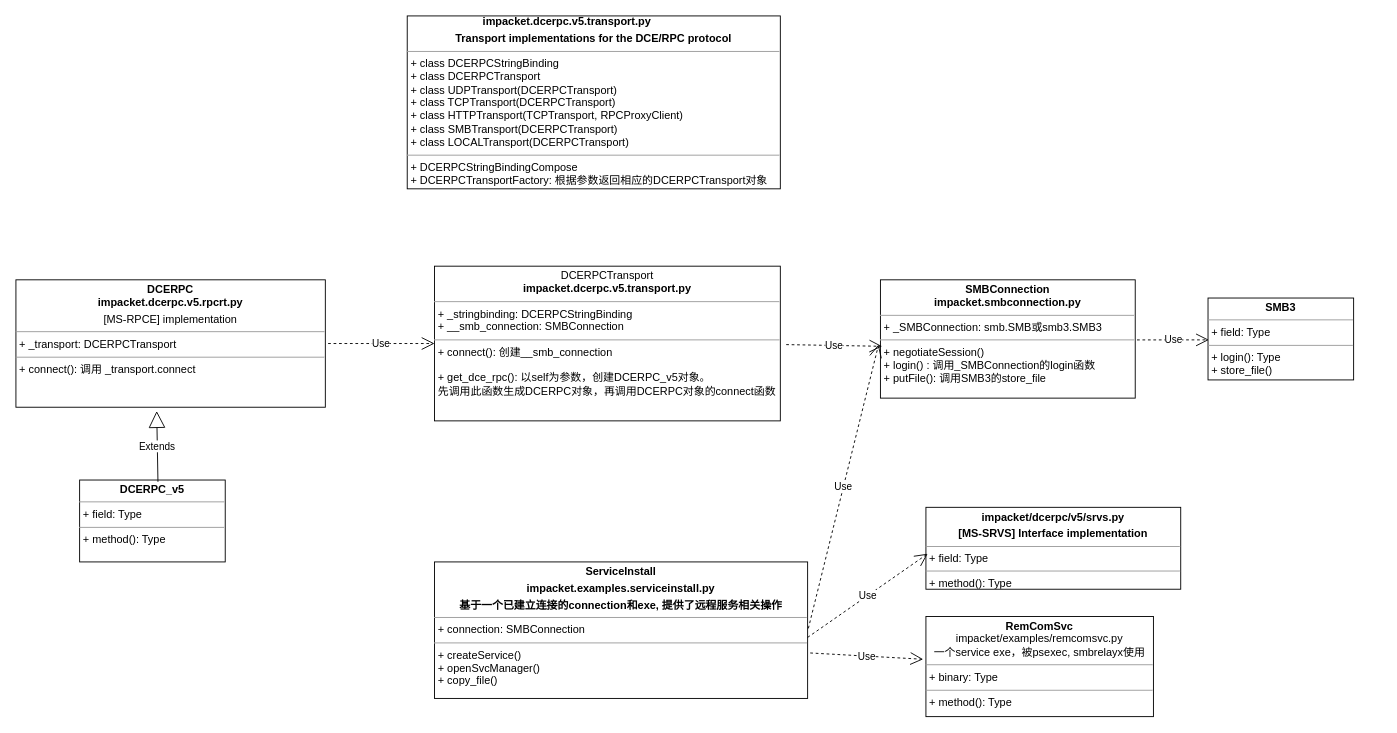
The draw.io diagram Untitled Diagram.drawio in RingLcy/BlogStorage, before the edit. Source tidied: cells renumbered, new cells numbered last; positions are measured from the earlier drawing's top-left corner, leaving out a move shared by most shapes. Both pictures are drawn from the tidied source at 91%, with x=0, y=0 at pixel (15, 15).
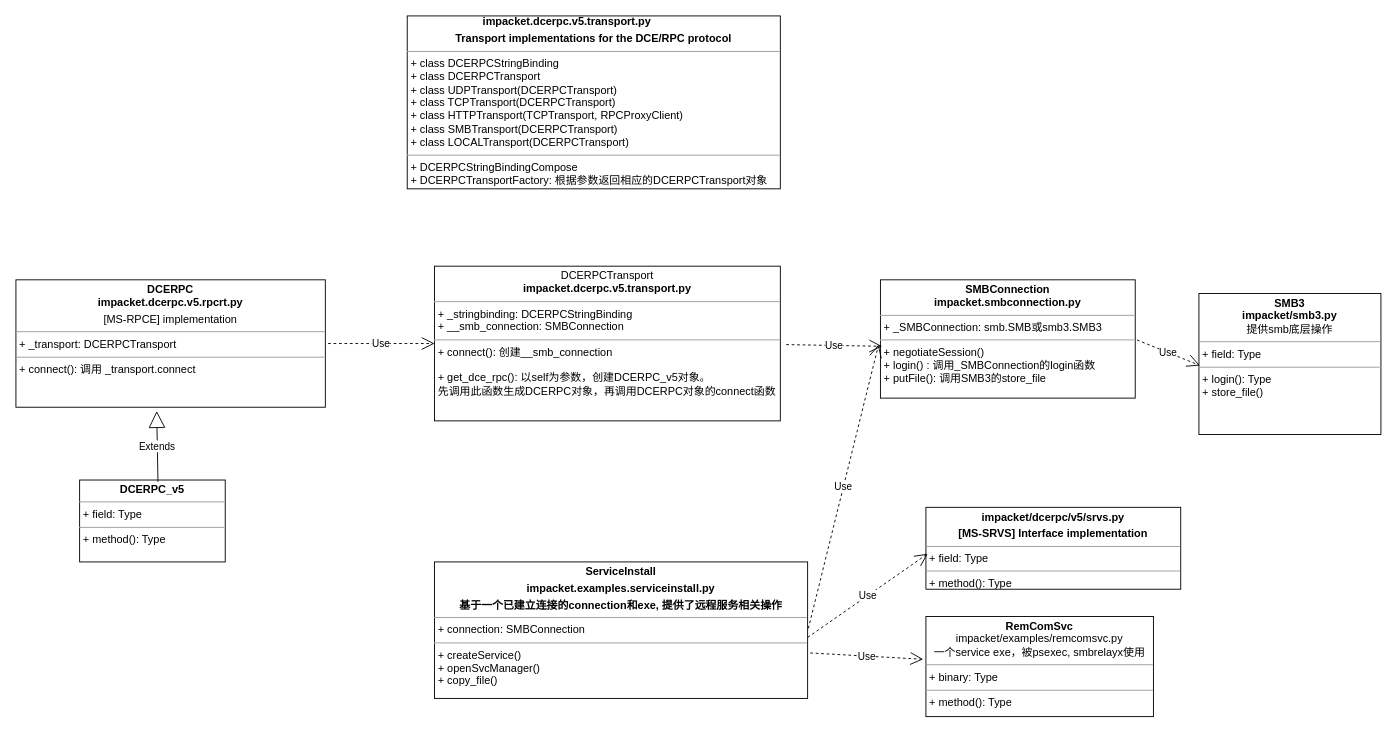
The same diagram, later.

Change to the diagram source:
```diff
@@
 <mxGraphModel>
   <root>
     <mxCell id="0" />
     <mxCell id="1" parent="0" />
     <mxCell id="2" value="&lt;p style=&quot;margin: 0px ; margin-top: 4px ; text-align: center&quot;&gt;&lt;span style=&quot;font-weight: 700&quot;&gt;SMBConnection&lt;br&gt;&lt;/span&gt;&lt;b&gt;impacket.&lt;/b&gt;&lt;span style=&quot;font-weight: 700&quot;&gt;smbconnection.py&lt;/span&gt;&lt;br&gt;&lt;/p&gt;&lt;hr size=&quot;1&quot;&gt;&lt;p style=&quot;margin: 0px ; margin-left: 4px&quot;&gt;+ _SMBConnection: smb.SMB或smb3.SMB3&lt;/p&gt;&lt;hr size=&quot;1&quot;&gt;&lt;p style=&quot;margin: 0px ; margin-left: 4px&quot;&gt;+ negotiateSession()&lt;/p&gt;&lt;p style=&quot;margin: 0px ; margin-left: 4px&quot;&gt;+&amp;nbsp;login() : 调用_SMBConnection的login函数&lt;/p&gt;&lt;p style=&quot;margin: 0px ; margin-left: 4px&quot;&gt;+ putFile(): 调用SMB3的store_file&lt;/p&gt;" style="verticalAlign=top;align=left;overflow=fill;fontSize=12;fontFamily=Helvetica;html=1;" parent="1" vertex="1">
       <mxGeometry x="950" y="290" width="280" height="130" as="geometry" />
     </mxCell>
     <mxCell id="3" value="&lt;b style=&quot;text-align: center&quot;&gt;&amp;nbsp; &amp;nbsp; &amp;nbsp; &amp;nbsp; &amp;nbsp; &amp;nbsp; &amp;nbsp; &amp;nbsp; &amp;nbsp; &amp;nbsp; &amp;nbsp; &amp;nbsp; &amp;nbsp;impacket.&lt;/b&gt;&lt;b style=&quot;text-align: center&quot;&gt;dcerpc.v5.transport.py&lt;/b&gt;&lt;b style=&quot;text-align: center&quot;&gt;&lt;br&gt;&lt;/b&gt;&lt;p style=&quot;margin: 0px ; margin-top: 4px ; text-align: center&quot;&gt;&lt;b&gt;Transport implementations for the DCE/RPC protocol&lt;/b&gt;&lt;br&gt;&lt;/p&gt;&lt;hr size=&quot;1&quot;&gt;&lt;p style=&quot;margin: 0px ; margin-left: 4px&quot;&gt;+ class DCERPCStringBinding&lt;/p&gt;&lt;p style=&quot;margin: 0px ; margin-left: 4px&quot;&gt;+ class DCERPCTransport&lt;/p&gt;&lt;p style=&quot;margin: 0px ; margin-left: 4px&quot;&gt;+ class UDPTransport(DCERPCTransport)&lt;/p&gt;&lt;p style=&quot;margin: 0px ; margin-left: 4px&quot;&gt;+ class TCPTransport(DCERPCTransport)&lt;/p&gt;&lt;p style=&quot;margin: 0px ; margin-left: 4px&quot;&gt;+ class HTTPTransport(TCPTransport, RPCProxyClient)&lt;/p&gt;&lt;p style=&quot;margin: 0px ; margin-left: 4px&quot;&gt;+ class SMBTransport(DCERPCTransport)&lt;/p&gt;&lt;p style=&quot;margin: 0px ; margin-left: 4px&quot;&gt;+ class LOCALTransport(DCERPCTransport)&lt;/p&gt;&lt;hr size=&quot;1&quot;&gt;&lt;p style=&quot;margin: 0px ; margin-left: 4px&quot;&gt;+&amp;nbsp;&lt;span&gt;DCERPCStringBindingCompose&lt;/span&gt;&lt;/p&gt;&lt;p style=&quot;margin: 0px ; margin-left: 4px&quot;&gt;+ DCERPCTransportFactory: 根据参数返回相应的DCERPCTransport对象&lt;/p&gt;" style="verticalAlign=top;align=left;overflow=fill;fontSize=12;fontFamily=Helvetica;html=1;" parent="1" vertex="1">
       <mxGeometry x="430" width="410" height="190" as="geometry" />
     </mxCell>
     <mxCell id="4" value="&lt;p style=&quot;margin: 0px ; margin-top: 4px ; text-align: center&quot;&gt;&lt;span style=&quot;text-align: left&quot;&gt;DCERPCTransport&lt;br&gt;&lt;/span&gt;&lt;b&gt;impacket.&lt;/b&gt;&lt;b&gt;dcerpc.v5.transport.py&lt;/b&gt;&lt;br&gt;&lt;/p&gt;&lt;hr size=&quot;1&quot;&gt;&lt;p style=&quot;margin: 0px ; margin-left: 4px&quot;&gt;+ _stringbinding:&amp;nbsp;DCERPCStringBinding&lt;/p&gt;&lt;p style=&quot;margin: 0px ; margin-left: 4px&quot;&gt;+&amp;nbsp;__smb_connection: SMBConnection&lt;/p&gt;&lt;hr size=&quot;1&quot;&gt;&lt;p style=&quot;margin: 0px ; margin-left: 4px&quot;&gt;+ connect(): 创建__smb_connection&lt;/p&gt;&lt;p style=&quot;margin: 0px ; margin-left: 4px&quot;&gt;&lt;br&gt;&lt;/p&gt;&lt;p style=&quot;margin: 0px ; margin-left: 4px&quot;&gt;+ get_dce_rpc(): 以self为参数，创建DCERPC_v5对象。&lt;/p&gt;&lt;p style=&quot;margin: 0px ; margin-left: 4px&quot;&gt;先调用此函数生成DCERPC对象，再调用DCERPC对象的connect函数&lt;/p&gt;" style="verticalAlign=top;align=left;overflow=fill;fontSize=12;fontFamily=Helvetica;html=1;" parent="1" vertex="1">
       <mxGeometry x="460" y="275" width="380" height="170" as="geometry" />
     </mxCell>
     <mxCell id="5" value="&lt;p style=&quot;margin: 0px ; margin-top: 4px ; text-align: center&quot;&gt;&lt;b&gt;DCERPC&lt;br&gt;&lt;/b&gt;&lt;b&gt;impacket.dcerpc.v5.rpcrt.py&lt;/b&gt;&lt;/p&gt;&lt;p style=&quot;margin: 0px ; margin-top: 4px ; text-align: center&quot;&gt;[MS-RPCE] implementation&lt;br&gt;&lt;/p&gt;&lt;hr size=&quot;1&quot;&gt;&lt;p style=&quot;margin: 0px ; margin-left: 4px&quot;&gt;+ _transport: DCERPCTransport&lt;/p&gt;&lt;hr size=&quot;1&quot;&gt;&lt;p style=&quot;margin: 0px ; margin-left: 4px&quot;&gt;+ connect():&amp;nbsp;调用 _transport.connect&lt;/p&gt;" style="verticalAlign=top;align=left;overflow=fill;fontSize=12;fontFamily=Helvetica;html=1;" parent="1" vertex="1">
       <mxGeometry y="290" width="340" height="140" as="geometry" />
     </mxCell>
     <mxCell id="6" value="&lt;p style=&quot;margin: 0px ; margin-top: 4px ; text-align: center&quot;&gt;&lt;b&gt;DCERPC_v5&lt;/b&gt;&lt;br&gt;&lt;/p&gt;&lt;hr size=&quot;1&quot;&gt;&lt;p style=&quot;margin: 0px ; margin-left: 4px&quot;&gt;+ field: Type&lt;/p&gt;&lt;hr size=&quot;1&quot;&gt;&lt;p style=&quot;margin: 0px ; margin-left: 4px&quot;&gt;+ method(): Type&lt;/p&gt;" style="verticalAlign=top;align=left;overflow=fill;fontSize=12;fontFamily=Helvetica;html=1;" parent="1" vertex="1">
       <mxGeometry x="70" y="510" width="160" height="90" as="geometry" />
     </mxCell>
     <mxCell id="7" value="Extends" style="endArrow=block;endSize=16;endFill=0;html=1;exitX=0.538;exitY=0.022;exitDx=0;exitDy=0;exitPerimeter=0;entryX=0.455;entryY=1.03;entryDx=0;entryDy=0;entryPerimeter=0;" parent="1" edge="1" source="6" target="5">
       <mxGeometry relative="1" as="geometry" />
     </mxCell>
     <mxCell id="8" value="Use" style="endArrow=open;endSize=12;dashed=1;html=1;exitX=1.009;exitY=0.5;exitDx=0;exitDy=0;exitPerimeter=0;" parent="1" edge="1" source="5" target="4">
       <mxGeometry relative="1" as="geometry" />
     </mxCell>
     <mxCell id="9" value="Use" style="endArrow=open;endSize=12;dashed=1;html=1;exitX=1.017;exitY=0.507;exitDx=0;exitDy=0;exitPerimeter=0;entryX=0.007;entryY=0.562;entryDx=0;entryDy=0;entryPerimeter=0;" parent="1" edge="1" source="4" target="2">
       <mxGeometry relative="1" as="geometry" />
     </mxCell>
-    <mxCell id="10" value="&lt;p style=&quot;margin: 0px ; margin-top: 4px ; text-align: center&quot;&gt;&lt;b&gt;SMB3&lt;/b&gt;&lt;/p&gt;&lt;hr size=&quot;1&quot;&gt;&lt;p style=&quot;margin: 0px ; margin-left: 4px&quot;&gt;+ field: Type&lt;/p&gt;&lt;hr size=&quot;1&quot;&gt;&lt;p style=&quot;margin: 0px ; margin-left: 4px&quot;&gt;+ login(): Type&lt;/p&gt;&lt;p style=&quot;margin: 0px ; margin-left: 4px&quot;&gt;+ store_file()&lt;/p&gt;" style="verticalAlign=top;align=left;overflow=fill;fontSize=12;fontFamily=Helvetica;html=1;" parent="1" vertex="1">
-      <mxGeometry x="1310" y="310" width="160" height="90" as="geometry" />
+    <mxCell id="10" value="&lt;p style=&quot;margin: 0px ; margin-top: 4px ; text-align: center&quot;&gt;&lt;b&gt;SMB3&lt;/b&gt;&lt;br&gt;&lt;b&gt;impacket/smb3.py&lt;br&gt;&lt;/b&gt;提供smb底层操作&lt;/p&gt;&lt;hr size=&quot;1&quot;&gt;&lt;p style=&quot;margin: 0px ; margin-left: 4px&quot;&gt;+ field: Type&lt;/p&gt;&lt;hr size=&quot;1&quot;&gt;&lt;p style=&quot;margin: 0px ; margin-left: 4px&quot;&gt;+ login(): Type&lt;/p&gt;&lt;p style=&quot;margin: 0px ; margin-left: 4px&quot;&gt;+ store_file()&lt;/p&gt;" style="verticalAlign=top;align=left;overflow=fill;fontSize=12;fontFamily=Helvetica;html=1;" parent="1" vertex="1">
+      <mxGeometry x="1300" y="305" width="200" height="155" as="geometry" />
     </mxCell>
     <mxCell id="11" value="Use" style="endArrow=open;endSize=12;dashed=1;html=1;exitX=1.007;exitY=0.508;exitDx=0;exitDy=0;exitPerimeter=0;entryX=0.006;entryY=0.511;entryDx=0;entryDy=0;entryPerimeter=0;" parent="1" edge="1" source="2" target="10">
       <mxGeometry relative="1" as="geometry" />
     </mxCell>
     <mxCell id="12" value="&lt;p style=&quot;margin: 0px ; margin-top: 4px ; text-align: center&quot;&gt;&lt;b&gt;RemComSvc&lt;br&gt;&lt;/b&gt;impacket/examples/remcomsvc.py&lt;br&gt;一个service exe，被psexec,&amp;nbsp;smbrelayx使用&lt;/p&gt;&lt;hr size=&quot;1&quot;&gt;&lt;p style=&quot;margin: 0px ; margin-left: 4px&quot;&gt;+ binary: Type&lt;/p&gt;&lt;hr size=&quot;1&quot;&gt;&lt;p style=&quot;margin: 0px ; margin-left: 4px&quot;&gt;+ method(): Type&lt;/p&gt;" style="verticalAlign=top;align=left;overflow=fill;fontSize=12;fontFamily=Helvetica;html=1;" parent="1" vertex="1">
       <mxGeometry x="1000" y="660" width="250" height="110" as="geometry" />
     </mxCell>
     <mxCell id="13" value="&lt;p style=&quot;margin: 0px ; margin-top: 4px ; text-align: center&quot;&gt;&lt;b&gt;ServiceInstall&lt;/b&gt;&lt;/p&gt;&lt;p style=&quot;margin: 0px ; margin-top: 4px ; text-align: center&quot;&gt;&lt;b&gt;impacket.examples.serviceinstall.py&lt;/b&gt;&lt;/p&gt;&lt;p style=&quot;margin: 0px ; margin-top: 4px ; text-align: center&quot;&gt;&lt;b&gt;基于一个已建立连接的connection和exe, 提供了远程服务相关操作&lt;/b&gt;&lt;/p&gt;&lt;hr size=&quot;1&quot;&gt;&lt;p style=&quot;margin: 0px ; margin-left: 4px&quot;&gt;+ connection: SMBConnection&lt;/p&gt;&lt;hr size=&quot;1&quot;&gt;&lt;p style=&quot;margin: 0px ; margin-left: 4px&quot;&gt;+&amp;nbsp;&lt;span&gt;createService()&lt;/span&gt;&lt;/p&gt;&lt;p style=&quot;margin: 0px ; margin-left: 4px&quot;&gt;+ openSvcManager()&lt;/p&gt;&lt;p style=&quot;margin: 0px ; margin-left: 4px&quot;&gt;+ copy_file()&lt;/p&gt;" style="verticalAlign=top;align=left;overflow=fill;fontSize=12;fontFamily=Helvetica;html=1;" parent="1" vertex="1">
       <mxGeometry x="460" y="600" width="410" height="150" as="geometry" />
     </mxCell>
     <mxCell id="14" value="&lt;p style=&quot;margin: 0px ; margin-top: 4px ; text-align: center&quot;&gt;&lt;b&gt;impacket/dcerpc/v5/srvs.py&lt;/b&gt;&lt;/p&gt;&lt;p style=&quot;margin: 0px ; margin-top: 4px ; text-align: center&quot;&gt;&lt;b&gt;[MS-SRVS] Interface implementation&lt;/b&gt;&lt;/p&gt;&lt;hr size=&quot;1&quot;&gt;&lt;p style=&quot;margin: 0px ; margin-left: 4px&quot;&gt;+ field: Type&lt;/p&gt;&lt;hr size=&quot;1&quot;&gt;&lt;p style=&quot;margin: 0px ; margin-left: 4px&quot;&gt;+ method(): Type&lt;/p&gt;" style="verticalAlign=top;align=left;overflow=fill;fontSize=12;fontFamily=Helvetica;html=1;" parent="1" vertex="1">
       <mxGeometry x="1000" y="540" width="280" height="90" as="geometry" />
     </mxCell>
     <mxCell id="15" value="Use" style="endArrow=open;endSize=12;dashed=1;html=1;exitX=1.002;exitY=0.487;exitDx=0;exitDy=0;exitPerimeter=0;entryX=-0.007;entryY=0.546;entryDx=0;entryDy=0;entryPerimeter=0;" parent="1" edge="1" source="13" target="2">
       <mxGeometry relative="1" as="geometry" />
     </mxCell>
     <mxCell id="16" value="Use" style="endArrow=open;endSize=12;dashed=1;html=1;entryX=0.007;entryY=0.567;entryDx=0;entryDy=0;entryPerimeter=0;exitX=1;exitY=0.553;exitDx=0;exitDy=0;exitPerimeter=0;" parent="1" edge="1" source="13" target="14">
       <mxGeometry relative="1" as="geometry" />
     </mxCell>
     <mxCell id="17" value="Use" style="endArrow=open;endSize=12;dashed=1;html=1;exitX=1.007;exitY=0.667;exitDx=0;exitDy=0;exitPerimeter=0;entryX=-0.012;entryY=0.427;entryDx=0;entryDy=0;entryPerimeter=0;" parent="1" edge="1" source="13" target="12">
       <mxGeometry relative="1" as="geometry" />
     </mxCell>
   </root>
 </mxGraphModel>
```
